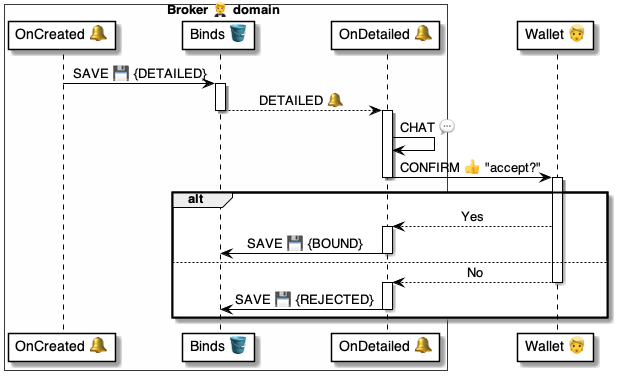
This is 4 ⚙️ Solution/20 🧑‍🦰 UI/Brokers 🤵/🤵🪣 Broker tables/Binds 🔗 table/🪣🧱 12 Detailed 🔔 event/🤵 OnBindDetailed ⚙️ uml.png from pollyweb-org/pollyweb-docs, a PlantUML export, as it was before one commit. Its source is kept beside it as 4 ⚙️ Solution/20 🧑‍🦰 UI/Brokers 🤵/🤵🪣 Broker tables/Binds 🔗 table/🪣🧱 12 Detailed 🔔 event/🤵 OnBindDetailed ⚙️ uml.puml. Source of this version:
```plantuml
@startuml OnBindDetailed

box Broker 🤵 domain #FFFFFA
    participant "OnCreated 🔔" as created
    participant "Binds 🪣" as binds
    participant "OnDetailed 🔔" as detailed
end box

participant "Wallet 👱" as wallet



created -> binds: SAVE 💾 {DETAILED}
activate binds
    binds --> detailed: DETAILED 🔔
deactivate binds

activate detailed
    detailed -> detailed: CHAT 💬
    detailed -> wallet: CONFIRM 👍 "accept?"
deactivate detailed

alt

    activate wallet
        wallet --> detailed: Yes

    activate detailed
        detailed ->  binds: SAVE 💾 {BOUND}
    deactivate detailed


else

        wallet --> detailed: No
    deactivate wallet

    activate detailed
        detailed ->  binds: SAVE 💾 {REJECTED}
    deactivate detailed

end alt

@enduml
```
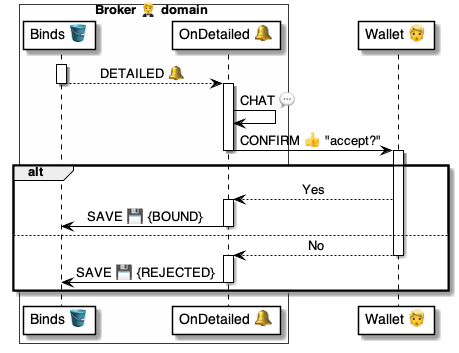
The same diagram one commit later.

What changed in the source:
```diff
@@ -1,16 +1,13 @@
 @startuml OnBindDetailed
 
 box Broker 🤵 domain #FFFFFA
-    participant "OnCreated 🔔" as created
     participant "Binds 🪣" as binds
     participant "OnDetailed 🔔" as detailed
 end box
-
 participant "Wallet 👱" as wallet
 
 
 
-created -> binds: SAVE 💾 {DETAILED}
 activate binds
     binds --> detailed: DETAILED 🔔
 deactivate binds
```
